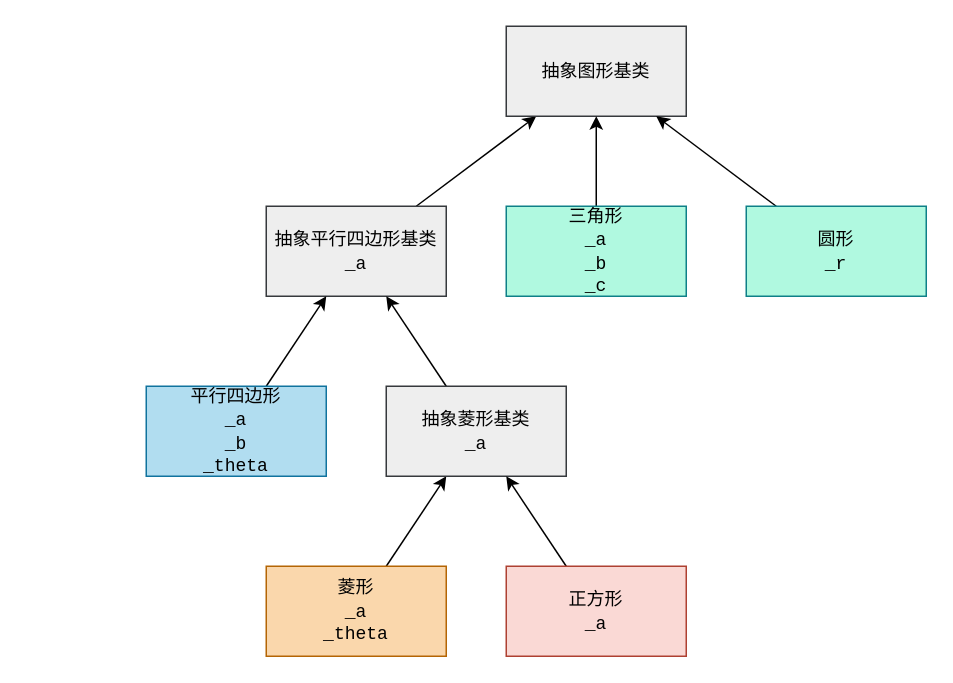
This is images/generalized_parts/drawio/10_abstract_shape_class.drawio from cppHusky/cppHusky-cpp-Tutorial, a draw.io file, before an edit. Source tidied: cells renumbered, new cells numbered last; positions are measured from the earlier drawing's top-left corner, leaving out a move shared by most shapes. Both pictures are drawn from the tidied source at 150%, with x=0, y=0 at pixel (146, 26).
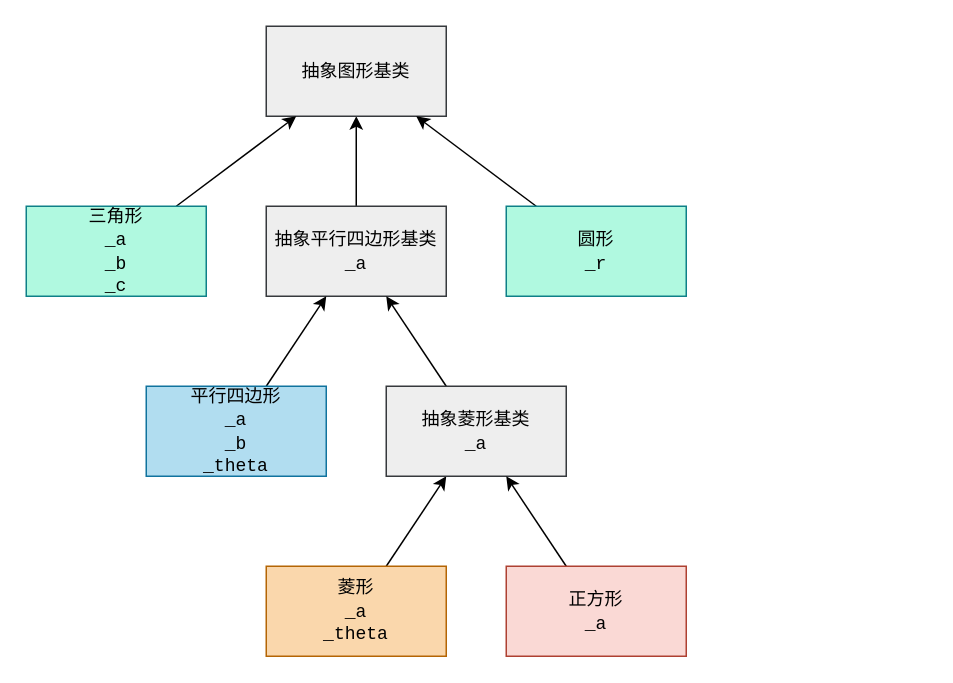
Above is the later version.

The edit, as a diff of the source:
```diff
@@
 <mxGraphModel>
   <root>
     <mxCell id="0" />
     <mxCell id="1" parent="0" />
     <mxCell id="2" style="rounded=0;jettySize=auto;html=1;" parent="1" edge="1" source="3" target="12">
       <mxGeometry relative="1" as="geometry" />
     </mxCell>
     <mxCell id="3" value="&lt;font face=&quot;consolas&quot;&gt;抽象平行四边形基类&lt;br&gt;_a&lt;/font&gt;" style="rounded=0;whiteSpace=wrap;html=1;fillColor=#EEEEEE;strokeColor=#36393D;" parent="1" vertex="1">
       <mxGeometry x="80" y="120" width="120" height="60" as="geometry" />
     </mxCell>
     <mxCell id="4" style="rounded=0;jettySize=auto;html=1;" parent="1" edge="1" source="5" target="3">
       <mxGeometry relative="1" as="geometry" />
     </mxCell>
     <mxCell id="5" value="&lt;font face=&quot;consolas&quot;&gt;平行四边形&lt;br&gt;_a&lt;br&gt;_b&lt;br&gt;_theta&lt;br&gt;&lt;/font&gt;" style="rounded=0;whiteSpace=wrap;html=1;fillColor=#b1ddf0;strokeColor=#10739e;" parent="1" vertex="1">
       <mxGeometry y="240" width="120" height="60" as="geometry" />
     </mxCell>
     <mxCell id="6" style="rounded=0;jettySize=auto;html=1;" parent="1" edge="1" source="9" target="3">
       <mxGeometry relative="1" as="geometry" />
     </mxCell>
     <mxCell id="7" style="rounded=0;jettySize=auto;html=1;" parent="1" edge="1" source="8" target="9">
       <mxGeometry relative="1" as="geometry" />
     </mxCell>
     <mxCell id="8" value="&lt;font face=&quot;consolas&quot;&gt;菱形&lt;br&gt;_a&lt;br&gt;_theta&lt;br&gt;&lt;/font&gt;" style="rounded=0;whiteSpace=wrap;html=1;fillColor=#fad7ac;strokeColor=#b46504;" parent="1" vertex="1">
       <mxGeometry x="80" y="360" width="120" height="60" as="geometry" />
     </mxCell>
     <mxCell id="9" value="&lt;font face=&quot;consolas&quot;&gt;抽象菱形基类&lt;br&gt;_a&lt;/font&gt;" style="rounded=0;whiteSpace=wrap;html=1;fillColor=#EEEEEE;strokeColor=#36393D;" parent="1" vertex="1">
       <mxGeometry x="160" y="240" width="120" height="60" as="geometry" />
     </mxCell>
     <mxCell id="10" style="rounded=0;jettySize=auto;html=1;" parent="1" edge="1" source="11" target="9">
       <mxGeometry relative="1" as="geometry" />
     </mxCell>
     <mxCell id="11" value="&lt;font face=&quot;consolas&quot;&gt;正方形&lt;br&gt;_a&lt;br&gt;&lt;/font&gt;" style="rounded=0;whiteSpace=wrap;html=1;fillColor=#fad9d5;strokeColor=#ae4132;" parent="1" vertex="1">
       <mxGeometry x="240" y="360" width="120" height="60" as="geometry" />
     </mxCell>
     <mxCell id="12" value="&lt;font face=&quot;consolas&quot;&gt;抽象图形基类&lt;br&gt;&lt;/font&gt;" style="rounded=0;whiteSpace=wrap;html=1;fillColor=#EEEEEE;strokeColor=#36393D;" parent="1" vertex="1">
-      <mxGeometry x="240" width="120" height="60" as="geometry" />
+      <mxGeometry x="80" width="120" height="60" as="geometry" />
     </mxCell>
-    <mxCell id="13" style="edgeStyle=orthogonalEdgeStyle;rounded=0;jettySize=auto;html=1;" parent="1" edge="1" source="14" target="12">
+    <mxCell id="13" style="rounded=0;jettySize=auto;html=1;" parent="1" edge="1" source="14" target="12">
       <mxGeometry relative="1" as="geometry" />
     </mxCell>
     <mxCell id="14" value="&lt;font face=&quot;consolas&quot;&gt;三角形&lt;br&gt;_a&lt;br&gt;_b&lt;br&gt;_c&lt;br&gt;&lt;/font&gt;" style="rounded=0;whiteSpace=wrap;html=1;fillColor=#B0F9E0;strokeColor=#0E8088;" parent="1" vertex="1">
-      <mxGeometry x="240" y="120" width="120" height="60" as="geometry" />
+      <mxGeometry x="-80" y="120" width="120" height="60" as="geometry" />
     </mxCell>
     <mxCell id="15" style="rounded=0;jettySize=auto;html=1;" parent="1" edge="1" source="16" target="12">
       <mxGeometry relative="1" as="geometry" />
     </mxCell>
     <mxCell id="16" value="&lt;font face=&quot;consolas&quot;&gt;圆形&lt;br&gt;_r&lt;br&gt;&lt;/font&gt;" style="rounded=0;whiteSpace=wrap;html=1;fillColor=#B0F9E0;strokeColor=#0E8088;" parent="1" vertex="1">
-      <mxGeometry x="400" y="120" width="120" height="60" as="geometry" />
+      <mxGeometry x="240" y="120" width="120" height="60" as="geometry" />
     </mxCell>
   </root>
 </mxGraphModel>
```
